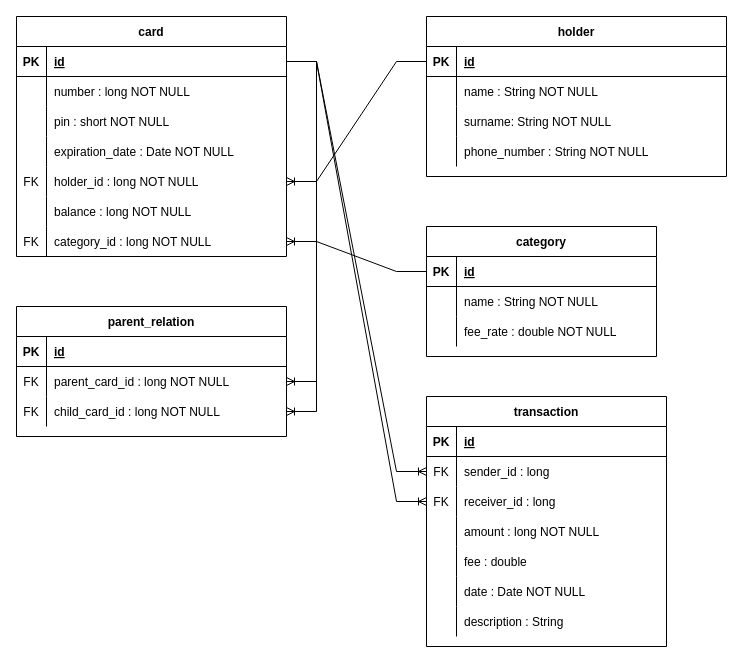
This is bank_db_schema.drawio from Anoromi/upa_atm, a draw.io file, before an edit. Source tidied: cells renumbered, new cells numbered last; positions are measured from the earlier drawing's top-left corner, leaving out a move shared by most shapes. Both pictures are drawn from the tidied source at 100%, with x=0, y=0 at pixel (16, 16).
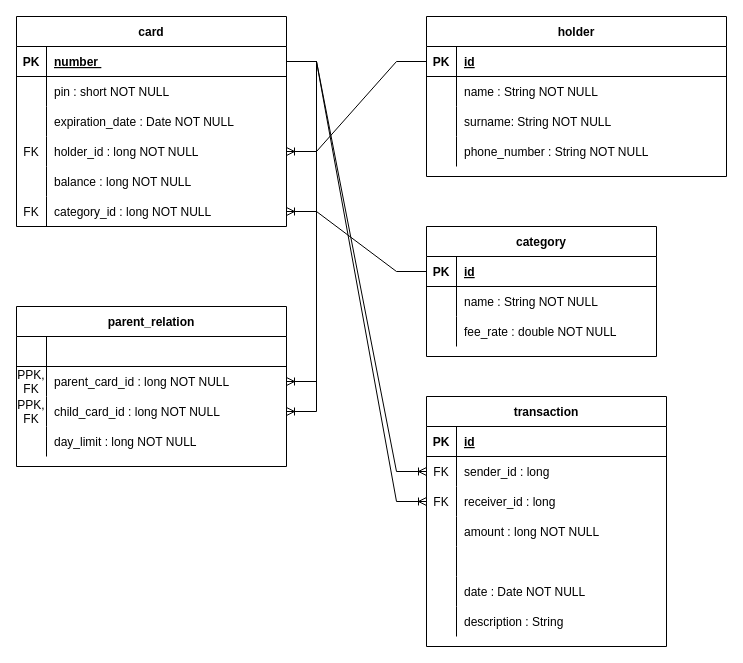
The same diagram, later.

Unchanged cells that the change refers to:
```xml
<mxCell id="3" style="shape=tableRow;horizontal=0;startSize=0;swimlaneHead=0;swimlaneBody=0;fillColor=none;points=[[0,0.5],[1,0.5]];portConstraint=eastwest;top=0;left=0;right=0;bottom=1;" parent="2" vertex="1">
  <mxGeometry y="30" width="270" height="30" as="geometry" />
</mxCell>
<mxCell id="48" style="shape=tableRow;horizontal=0;startSize=0;swimlaneHead=0;swimlaneBody=0;fillColor=none;top=0;left=0;right=0;bottom=1;" parent="47" vertex="1">
  <mxGeometry y="30" width="270" height="30" as="geometry" />
</mxCell>
<mxCell id="51" style="shape=tableRow;horizontal=0;startSize=0;swimlaneHead=0;swimlaneBody=0;fillColor=none;points=[[0,0.5],[1,0.5]];portConstraint=eastwest;top=0;left=0;right=0;bottom=0;" parent="47" vertex="1">
  <mxGeometry y="60" width="270" height="30" as="geometry" />
</mxCell>
<mxCell id="54" style="shape=tableRow;horizontal=0;startSize=0;swimlaneHead=0;swimlaneBody=0;fillColor=none;points=[[0,0.5],[1,0.5]];portConstraint=eastwest;top=0;left=0;right=0;bottom=0;" parent="47" vertex="1">
  <mxGeometry y="90" width="270" height="30" as="geometry" />
</mxCell>
<mxCell id="70" style="shape=tableRow;horizontal=0;startSize=0;swimlaneHead=0;swimlaneBody=0;fillColor=none;top=0;left=0;right=0;bottom=0;" parent="57" vertex="1">
  <mxGeometry y="150" width="240" height="30" as="geometry" />
</mxCell>
```

What changed in the source:
```diff
@@
     <mxCell id="2" value="card" style="shape=table;startSize=30;childLayout=tableLayout;rowLines=0;fontStyle=1;align=center;" parent="1" vertex="1">
-      <mxGeometry width="270" height="240" as="geometry" />
+      <mxGeometry width="270" height="210" as="geometry" />
     </mxCell>
@@
-    <mxCell id="5" value="id" style="shape=partialRectangle;fillColor=none;top=0;left=0;bottom=0;right=0;align=left;spacingLeft=6;fontStyle=5;overflow=hidden;" parent="3" vertex="1">
+    <mxCell id="5" value="number " style="shape=partialRectangle;fillColor=none;top=0;left=0;bottom=0;right=0;align=left;spacingLeft=6;fontStyle=5;overflow=hidden;" parent="3" vertex="1">
       <mxGeometry x="30" width="240" height="30" as="geometry" />
     </mxCell>
-    <mxCell id="6" style="shape=tableRow;horizontal=0;startSize=0;swimlaneHead=0;swimlaneBody=0;fillColor=none;top=0;left=0;right=0;bottom=0;" parent="2" vertex="1">
-      <mxGeometry y="60" width="270" height="30" as="geometry" />
-    </mxCell>
-    <mxCell id="7" style="shape=partialRectangle;fillColor=none;top=0;left=0;bottom=0;right=0;overflow=hidden;" parent="6" vertex="1">
-      <mxGeometry width="30" height="30" as="geometry" />
-    </mxCell>
-    <mxCell id="8" value="number : long NOT NULL" style="shape=partialRectangle;fillColor=none;top=0;left=0;bottom=0;right=0;align=left;spacingLeft=6;overflow=hidden;" parent="6" vertex="1">
-      <mxGeometry x="30" width="240" height="30" as="geometry" />
-    </mxCell>
     <mxCell id="9" style="shape=tableRow;horizontal=0;startSize=0;swimlaneHead=0;swimlaneBody=0;fillColor=none;top=0;left=0;right=0;bottom=0;" parent="2" vertex="1">
-      <mxGeometry y="90" width="270" height="30" as="geometry" />
+      <mxGeometry y="60" width="270" height="30" as="geometry" />
     </mxCell>
@@
     <mxCell id="12" style="shape=tableRow;horizontal=0;startSize=0;swimlaneHead=0;swimlaneBody=0;fillColor=none;top=0;left=0;right=0;bottom=0;" parent="2" vertex="1">
-      <mxGeometry y="120" width="270" height="30" as="geometry" />
+      <mxGeometry y="90" width="270" height="30" as="geometry" />
     </mxCell>
@@
     <mxCell id="15" style="shape=tableRow;horizontal=0;startSize=0;swimlaneHead=0;swimlaneBody=0;fillColor=none;points=[[0,0.5],[1,0.5]];portConstraint=eastwest;top=0;left=0;right=0;bottom=0;" parent="2" vertex="1">
-      <mxGeometry y="150" width="270" height="30" as="geometry" />
+      <mxGeometry y="120" width="270" height="30" as="geometry" />
     </mxCell>
@@
     <mxCell id="18" style="shape=tableRow;horizontal=0;startSize=0;swimlaneHead=0;swimlaneBody=0;fillColor=none;top=0;left=0;right=0;bottom=0;" parent="2" vertex="1">
-      <mxGeometry y="180" width="270" height="30" as="geometry" />
+      <mxGeometry y="150" width="270" height="30" as="geometry" />
     </mxCell>
@@
     <mxCell id="21" style="shape=tableRow;horizontal=0;startSize=0;swimlaneHead=0;swimlaneBody=0;fillColor=none;points=[[0,0.5],[1,0.5]];portConstraint=eastwest;top=0;left=0;right=0;bottom=0;" parent="2" vertex="1">
-      <mxGeometry y="210" width="270" height="30" as="geometry" />
+      <mxGeometry y="180" width="270" height="30" as="geometry" />
     </mxCell>
@@
     <mxCell id="47" value="parent_relation" style="shape=table;startSize=30;childLayout=tableLayout;rowLines=0;fontStyle=1;align=center;" parent="1" vertex="1">
-      <mxGeometry y="290" width="270" height="130" as="geometry" />
+      <mxGeometry y="290" width="270" height="160" as="geometry" />
     </mxCell>
@@
-    <mxCell id="49" value="PK" style="shape=partialRectangle;fillColor=none;top=0;left=0;bottom=0;right=0;fontStyle=1;overflow=hidden;" parent="48" vertex="1">
+    <mxCell id="49" style="shape=partialRectangle;fillColor=none;top=0;left=0;bottom=0;right=0;fontStyle=1;overflow=hidden;" parent="48" vertex="1">
       <mxGeometry width="30" height="30" as="geometry" />
     </mxCell>
-    <mxCell id="50" value="id" style="shape=partialRectangle;fillColor=none;top=0;left=0;bottom=0;right=0;align=left;spacingLeft=6;fontStyle=5;overflow=hidden;" parent="48" vertex="1">
+    <mxCell id="50" style="shape=partialRectangle;fillColor=none;top=0;left=0;bottom=0;right=0;align=left;spacingLeft=6;fontStyle=5;overflow=hidden;" parent="48" vertex="1">
       <mxGeometry x="30" width="240" height="30" as="geometry" />
     </mxCell>
@@
-    <mxCell id="52" value="FK" style="shape=partialRectangle;fillColor=none;top=0;left=0;bottom=0;right=0;overflow=hidden;" parent="51" vertex="1">
+    <mxCell id="52" value="PPK,&#10;FK" style="shape=partialRectangle;fillColor=none;top=0;left=0;bottom=0;right=0;overflow=hidden;" parent="51" vertex="1">
       <mxGeometry width="30" height="30" as="geometry" />
     </mxCell>
@@
-    <mxCell id="55" value="FK" style="shape=partialRectangle;fillColor=none;top=0;left=0;bottom=0;right=0;overflow=hidden;" parent="54" vertex="1">
+    <mxCell id="55" value="PPK,&#10;FK" style="shape=partialRectangle;fillColor=none;top=0;left=0;bottom=0;right=0;overflow=hidden;" parent="54" vertex="1">
       <mxGeometry width="30" height="30" as="geometry" />
     </mxCell>
@@
+    <mxCell id="85" style="shape=tableRow;horizontal=0;startSize=0;swimlaneHead=0;swimlaneBody=0;fillColor=none;top=0;left=0;right=0;bottom=0;" parent="47" vertex="1">
+      <mxGeometry y="120" width="270" height="30" as="geometry" />
+    </mxCell>
+    <mxCell id="7" style="shape=partialRectangle;fillColor=none;top=0;left=0;bottom=0;right=0;overflow=hidden;" parent="85" vertex="1">
+      <mxGeometry width="30" height="30" as="geometry" />
+    </mxCell>
+    <mxCell id="86" value="day_limit : long NOT NULL" style="shape=partialRectangle;fillColor=none;top=0;left=0;bottom=0;right=0;align=left;spacingLeft=6;overflow=hidden;" parent="85" vertex="1">
+      <mxGeometry x="30" width="240" height="30" as="geometry" />
+    </mxCell>
@@
-    <mxCell id="72" value="fee : double" style="shape=partialRectangle;fillColor=none;top=0;left=0;bottom=0;right=0;align=left;spacingLeft=6;overflow=hidden;" parent="70" vertex="1">
+    <mxCell id="72" style="shape=partialRectangle;fillColor=none;top=0;left=0;bottom=0;right=0;align=left;spacingLeft=6;overflow=hidden;" parent="70" vertex="1">
       <mxGeometry x="30" width="210" height="30" as="geometry" />
     </mxCell>
```
